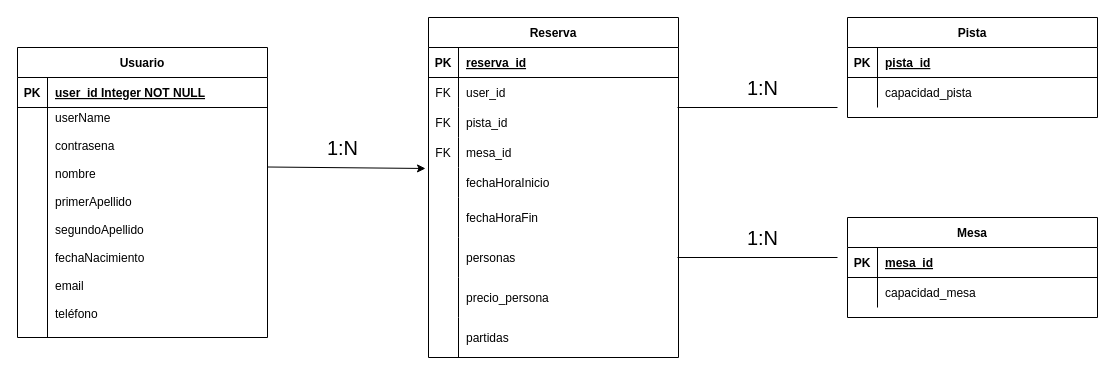
This is ggbowling-back/GGBowling-Backend/SQL/GGBowling_ER.drawio from ivangarciagarcia/GGBowling, a draw.io file, before an edit. Source tidied: cells renumbered, new cells numbered last; positions are measured from the earlier drawing's top-left corner, leaving out a move shared by most shapes. Both pictures are drawn from the tidied source at 100%, with x=0, y=0 at pixel (17, 17).
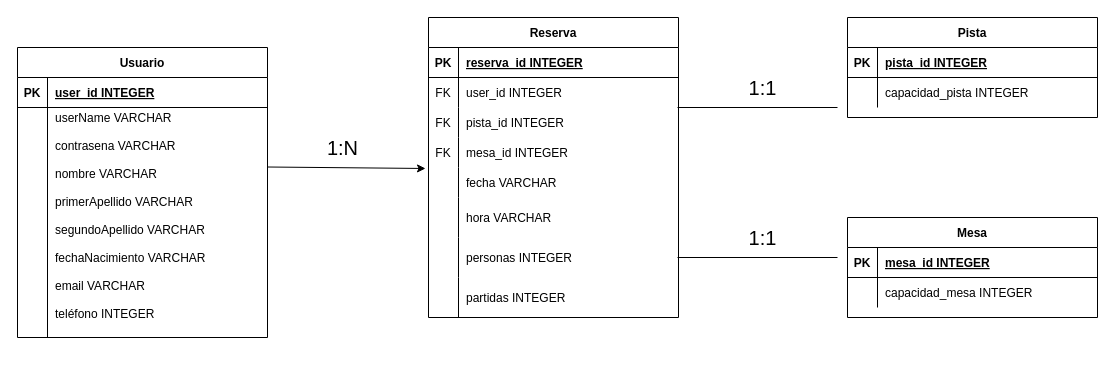
After the change.

The change refers to these unchanged cells:
```xml
<mxCell id="3" style="shape=partialRectangle;fillColor=none;top=0;left=0;right=0;bottom=1;" parent="2" vertex="1">
  <mxGeometry y="30" width="250" height="30" as="geometry" />
</mxCell>
<mxCell id="6" style="shape=partialRectangle;fillColor=none;top=0;left=0;right=0;bottom=0;" parent="2" vertex="1">
  <mxGeometry y="60" width="250" height="30" as="geometry" />
</mxCell>
<mxCell id="9" style="shape=partialRectangle;fillColor=none;top=0;left=0;right=0;bottom=0;" parent="2" vertex="1">
  <mxGeometry y="90" width="250" height="30" as="geometry" />
</mxCell>
<mxCell id="12" style="shape=partialRectangle;fillColor=none;top=0;left=0;right=0;bottom=0;" parent="2" vertex="1">
  <mxGeometry y="120" width="250" height="30" as="geometry" />
</mxCell>
<mxCell id="15" style="shape=partialRectangle;fillColor=none;points=[[0,0.5],[1,0.5]];portConstraint=eastwest;top=0;left=0;right=0;bottom=0;" parent="2" vertex="1">
  <mxGeometry y="150" width="250" height="30" as="geometry" />
</mxCell>
<mxCell id="18" style="shape=partialRectangle;fillColor=none;top=0;left=0;right=0;bottom=0;" parent="2" vertex="1">
  <mxGeometry y="180" width="250" height="40" as="geometry" />
</mxCell>
<mxCell id="21" style="shape=partialRectangle;fillColor=none;top=0;left=0;right=0;bottom=0;" parent="2" vertex="1">
  <mxGeometry y="220" width="250" height="40" as="geometry" />
</mxCell>
<mxCell id="31" style="shape=partialRectangle;fillColor=none;top=0;left=0;right=0;bottom=1;" parent="30" vertex="1">
  <mxGeometry y="30" width="250" height="30" as="geometry" />
</mxCell>
<mxCell id="34" style="shape=partialRectangle;fillColor=none;top=0;left=0;right=0;bottom=0;" parent="30" vertex="1">
  <mxGeometry y="60" width="250" height="30" as="geometry" />
</mxCell>
<mxCell id="38" style="shape=partialRectangle;fillColor=none;top=0;left=0;right=0;bottom=1;" parent="37" vertex="1">
  <mxGeometry y="30" width="250" height="30" as="geometry" />
</mxCell>
<mxCell id="41" style="shape=partialRectangle;fillColor=none;top=0;left=0;right=0;bottom=0;" parent="37" vertex="1">
  <mxGeometry y="60" width="250" height="230" as="geometry" />
</mxCell>
<mxCell id="45" style="shape=partialRectangle;fillColor=none;top=0;left=0;right=0;bottom=1;" parent="44" vertex="1">
  <mxGeometry y="30" width="250" height="30" as="geometry" />
</mxCell>
<mxCell id="48" style="shape=partialRectangle;fillColor=none;top=0;left=0;right=0;bottom=0;" parent="44" vertex="1">
  <mxGeometry y="60" width="250" height="30" as="geometry" />
</mxCell>
```

What changed in the source:
```diff
@@
     <mxCell id="2" value="Reserva" style="shape=table;startSize=30;childLayout=tableLayout;rowLines=0;fontStyle=1;align=center;" parent="1" vertex="1">
-      <mxGeometry x="411" width="250" height="340" as="geometry" />
+      <mxGeometry x="411" width="250" height="300" as="geometry" />
     </mxCell>
@@
-    <mxCell id="5" value="reserva_id" style="shape=partialRectangle;overflow=hidden;fillColor=none;top=0;left=0;bottom=0;right=0;align=left;spacingLeft=6;fontStyle=5;" parent="3" vertex="1">
+    <mxCell id="5" value="reserva_id INTEGER" style="shape=partialRectangle;overflow=hidden;fillColor=none;top=0;left=0;bottom=0;right=0;align=left;spacingLeft=6;fontStyle=5;" parent="3" vertex="1">
       <mxGeometry x="30" width="220" height="30" as="geometry" />
     </mxCell>
@@
-    <mxCell id="8" value="user_id" style="shape=partialRectangle;overflow=hidden;fillColor=none;top=0;left=0;bottom=0;right=0;align=left;spacingLeft=6;" parent="6" vertex="1">
+    <mxCell id="8" value="user_id INTEGER" style="shape=partialRectangle;overflow=hidden;fillColor=none;top=0;left=0;bottom=0;right=0;align=left;spacingLeft=6;" parent="6" vertex="1">
       <mxGeometry x="30" width="220" height="30" as="geometry" />
     </mxCell>
@@
-    <mxCell id="11" value="pista_id" style="shape=partialRectangle;overflow=hidden;fillColor=none;top=0;left=0;bottom=0;right=0;align=left;spacingLeft=6;" parent="9" vertex="1">
+    <mxCell id="11" value="pista_id INTEGER" style="shape=partialRectangle;overflow=hidden;fillColor=none;top=0;left=0;bottom=0;right=0;align=left;spacingLeft=6;" parent="9" vertex="1">
       <mxGeometry x="30" width="220" height="30" as="geometry" />
     </mxCell>
@@
-    <mxCell id="14" value="mesa_id" style="shape=partialRectangle;overflow=hidden;fillColor=none;top=0;left=0;bottom=0;right=0;align=left;spacingLeft=6;" parent="12" vertex="1">
+    <mxCell id="14" value="mesa_id INTEGER" style="shape=partialRectangle;overflow=hidden;fillColor=none;top=0;left=0;bottom=0;right=0;align=left;spacingLeft=6;" parent="12" vertex="1">
       <mxGeometry x="30" width="220" height="30" as="geometry" />
     </mxCell>
@@
-    <mxCell id="17" value="fechaHoraInicio" style="shape=partialRectangle;overflow=hidden;fillColor=none;top=0;left=0;bottom=0;right=0;align=left;spacingLeft=6;" parent="15" vertex="1">
+    <mxCell id="17" value="fecha VARCHAR" style="shape=partialRectangle;overflow=hidden;fillColor=none;top=0;left=0;bottom=0;right=0;align=left;spacingLeft=6;" parent="15" vertex="1">
       <mxGeometry x="30" width="220" height="30" as="geometry" />
     </mxCell>
@@
-    <mxCell id="20" value="fechaHoraFin" style="shape=partialRectangle;overflow=hidden;fillColor=none;top=0;left=0;bottom=0;right=0;align=left;spacingLeft=6;" parent="18" vertex="1">
+    <mxCell id="20" value="hora VARCHAR" style="shape=partialRectangle;overflow=hidden;fillColor=none;top=0;left=0;bottom=0;right=0;align=left;spacingLeft=6;" parent="18" vertex="1">
       <mxGeometry x="30" width="220" height="40" as="geometry" />
     </mxCell>
@@
-    <mxCell id="23" value="personas" style="shape=partialRectangle;overflow=hidden;fillColor=none;top=0;left=0;bottom=0;right=0;align=left;spacingLeft=6;" parent="21" vertex="1">
+    <mxCell id="23" value="personas INTEGER" style="shape=partialRectangle;overflow=hidden;fillColor=none;top=0;left=0;bottom=0;right=0;align=left;spacingLeft=6;" parent="21" vertex="1">
       <mxGeometry x="30" width="220" height="40" as="geometry" />
     </mxCell>
-    <mxCell id="24" style="shape=partialRectangle;fillColor=none;top=0;left=0;right=0;bottom=0;" parent="2" vertex="1">
-      <mxGeometry y="260" width="250" height="40" as="geometry" />
-    </mxCell>
-    <mxCell id="25" style="shape=partialRectangle;overflow=hidden;fillColor=none;top=0;left=0;bottom=0;right=0;" parent="24" vertex="1">
-      <mxGeometry width="30" height="40" as="geometry" />
-    </mxCell>
-    <mxCell id="26" value="precio_persona" style="shape=partialRectangle;overflow=hidden;fillColor=none;top=0;left=0;bottom=0;right=0;align=left;spacingLeft=6;" parent="24" vertex="1">
-      <mxGeometry x="30" width="220" height="40" as="geometry" />
-    </mxCell>
     <mxCell id="27" style="shape=partialRectangle;fillColor=none;top=0;left=0;right=0;bottom=0;" parent="2" vertex="1">
-      <mxGeometry y="300" width="250" height="40" as="geometry" />
+      <mxGeometry y="260" width="250" height="40" as="geometry" />
     </mxCell>
@@
-    <mxCell id="29" value="partidas" style="shape=partialRectangle;overflow=hidden;fillColor=none;top=0;left=0;bottom=0;right=0;align=left;spacingLeft=6;" parent="27" vertex="1">
+    <mxCell id="29" value="partidas INTEGER" style="shape=partialRectangle;overflow=hidden;fillColor=none;top=0;left=0;bottom=0;right=0;align=left;spacingLeft=6;" parent="27" vertex="1">
       <mxGeometry x="30" width="220" height="40" as="geometry" />
     </mxCell>
@@
-    <mxCell id="33" value="mesa_id" style="shape=partialRectangle;overflow=hidden;fillColor=none;top=0;left=0;bottom=0;right=0;align=left;spacingLeft=6;fontStyle=5;" parent="31" vertex="1">
+    <mxCell id="33" value="mesa_id INTEGER" style="shape=partialRectangle;overflow=hidden;fillColor=none;top=0;left=0;bottom=0;right=0;align=left;spacingLeft=6;fontStyle=5;" parent="31" vertex="1">
       <mxGeometry x="30" width="220" height="30" as="geometry" />
     </mxCell>
@@
-    <mxCell id="36" value="capacidad_mesa" style="shape=partialRectangle;overflow=hidden;fillColor=none;top=0;left=0;bottom=0;right=0;align=left;spacingLeft=6;" parent="34" vertex="1">
+    <mxCell id="36" value="capacidad_mesa INTEGER" style="shape=partialRectangle;overflow=hidden;fillColor=none;top=0;left=0;bottom=0;right=0;align=left;spacingLeft=6;" parent="34" vertex="1">
       <mxGeometry x="30" width="220" height="30" as="geometry" />
     </mxCell>
@@
-    <mxCell id="40" value="user_id Integer NOT NULL " style="shape=partialRectangle;overflow=hidden;fillColor=none;top=0;left=0;bottom=0;right=0;align=left;spacingLeft=6;fontStyle=5;" parent="38" vertex="1">
+    <mxCell id="40" value="user_id INTEGER" style="shape=partialRectangle;overflow=hidden;fillColor=none;top=0;left=0;bottom=0;right=0;align=left;spacingLeft=6;fontStyle=5;" parent="38" vertex="1">
       <mxGeometry x="30" width="220" height="30" as="geometry" />
     </mxCell>
@@
-    <mxCell id="43" value="userName&#10;&#10;contrasena&#10;&#10;nombre&#10;&#10;primerApellido&#10;&#10;segundoApellido&#10;&#10;fechaNacimiento&#10;&#10;email&#10;&#10;teléfono&#10;" style="shape=partialRectangle;overflow=hidden;fillColor=none;top=0;left=0;bottom=0;right=0;align=left;spacingLeft=6;" parent="41" vertex="1">
+    <mxCell id="43" value="userName VARCHAR&#10;&#10;contrasena VARCHAR&#10;&#10;nombre VARCHAR&#10;&#10;primerApellido VARCHAR&#10;&#10;segundoApellido VARCHAR&#10;&#10;fechaNacimiento VARCHAR&#10;&#10;email VARCHAR&#10;&#10;teléfono INTEGER&#10;" style="shape=partialRectangle;overflow=hidden;fillColor=none;top=0;left=0;bottom=0;right=0;align=left;spacingLeft=6;" parent="41" vertex="1">
       <mxGeometry x="30" width="220" height="230" as="geometry" />
     </mxCell>
@@
-    <mxCell id="47" value="pista_id" style="shape=partialRectangle;overflow=hidden;fillColor=none;top=0;left=0;bottom=0;right=0;align=left;spacingLeft=6;fontStyle=5;" parent="45" vertex="1">
+    <mxCell id="47" value="pista_id INTEGER" style="shape=partialRectangle;overflow=hidden;fillColor=none;top=0;left=0;bottom=0;right=0;align=left;spacingLeft=6;fontStyle=5;" parent="45" vertex="1">
       <mxGeometry x="30" width="220" height="30" as="geometry" />
     </mxCell>
@@
-    <mxCell id="50" value="capacidad_pista" style="shape=partialRectangle;overflow=hidden;fillColor=none;top=0;left=0;bottom=0;right=0;align=left;spacingLeft=6;" parent="48" vertex="1">
+    <mxCell id="50" value="capacidad_pista INTEGER" style="shape=partialRectangle;overflow=hidden;fillColor=none;top=0;left=0;bottom=0;right=0;align=left;spacingLeft=6;" parent="48" vertex="1">
       <mxGeometry x="30" width="220" height="30" as="geometry" />
     </mxCell>
@@
-    <mxCell id="55" value="&lt;font style=&quot;font-size: 20px;&quot;&gt;1:N&lt;/font&gt;" style="text;html=1;align=center;verticalAlign=middle;strokeColor=none;fillColor=none;" parent="1" vertex="1">
+    <mxCell id="55" value="&lt;font style=&quot;font-size: 20px;&quot;&gt;1:1&lt;/font&gt;" style="text;html=1;align=center;verticalAlign=middle;strokeColor=none;fillColor=none;" parent="1" vertex="1">
       <mxGeometry x="720" y="50" width="50" height="40" as="geometry" />
     </mxCell>
-    <mxCell id="56" value="&lt;font style=&quot;font-size: 20px;&quot;&gt;1:N&lt;/font&gt;" style="text;html=1;align=center;verticalAlign=middle;strokeColor=none;fillColor=none;" parent="1" vertex="1">
+    <mxCell id="56" value="&lt;font style=&quot;font-size: 20px;&quot;&gt;1:1&lt;/font&gt;" style="text;html=1;align=center;verticalAlign=middle;strokeColor=none;fillColor=none;" parent="1" vertex="1">
       <mxGeometry x="720" y="200" width="50" height="40" as="geometry" />
     </mxCell>
```
